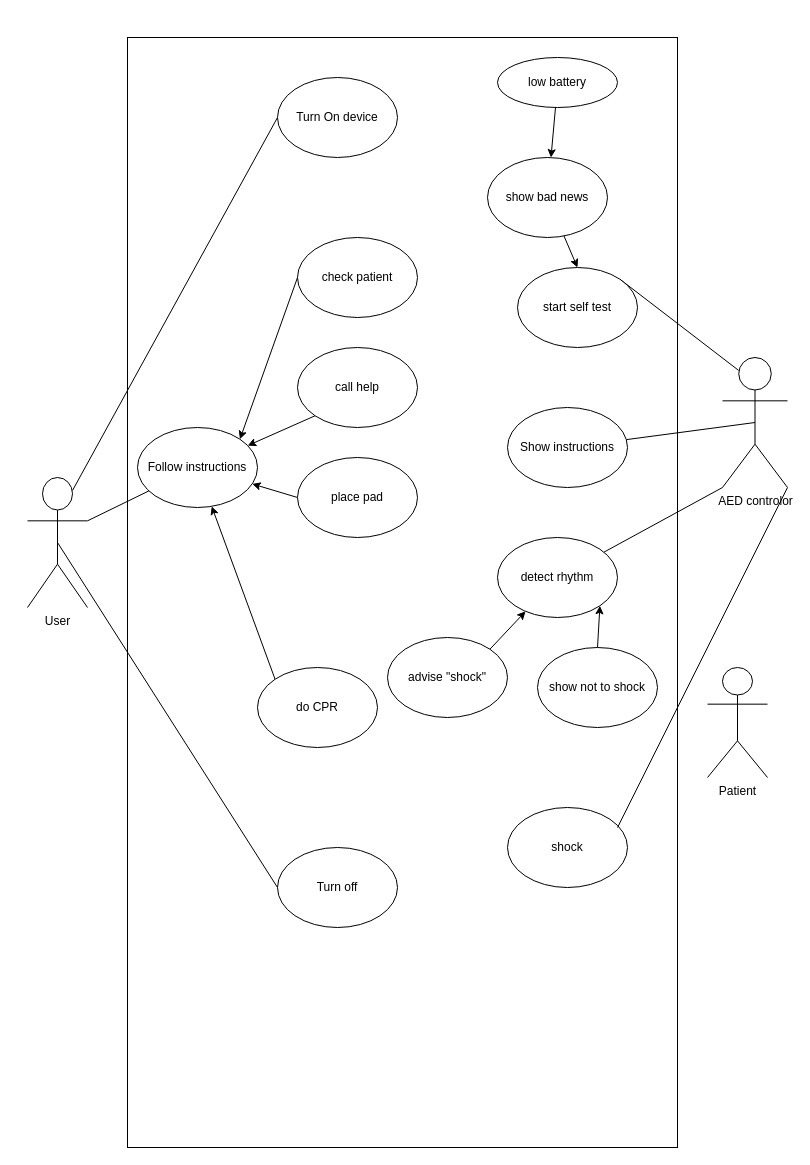
Earlier version of the draw.io diagram 未命名绘图.drawio (Parping/ff14-). Source tidied: cells renumbered, new cells numbered last; positions are measured from the earlier drawing's top-left corner, leaving out a move shared by most shapes. Both pictures are drawn from the tidied source at 100%, with x=0, y=0 at pixel (27, 37).
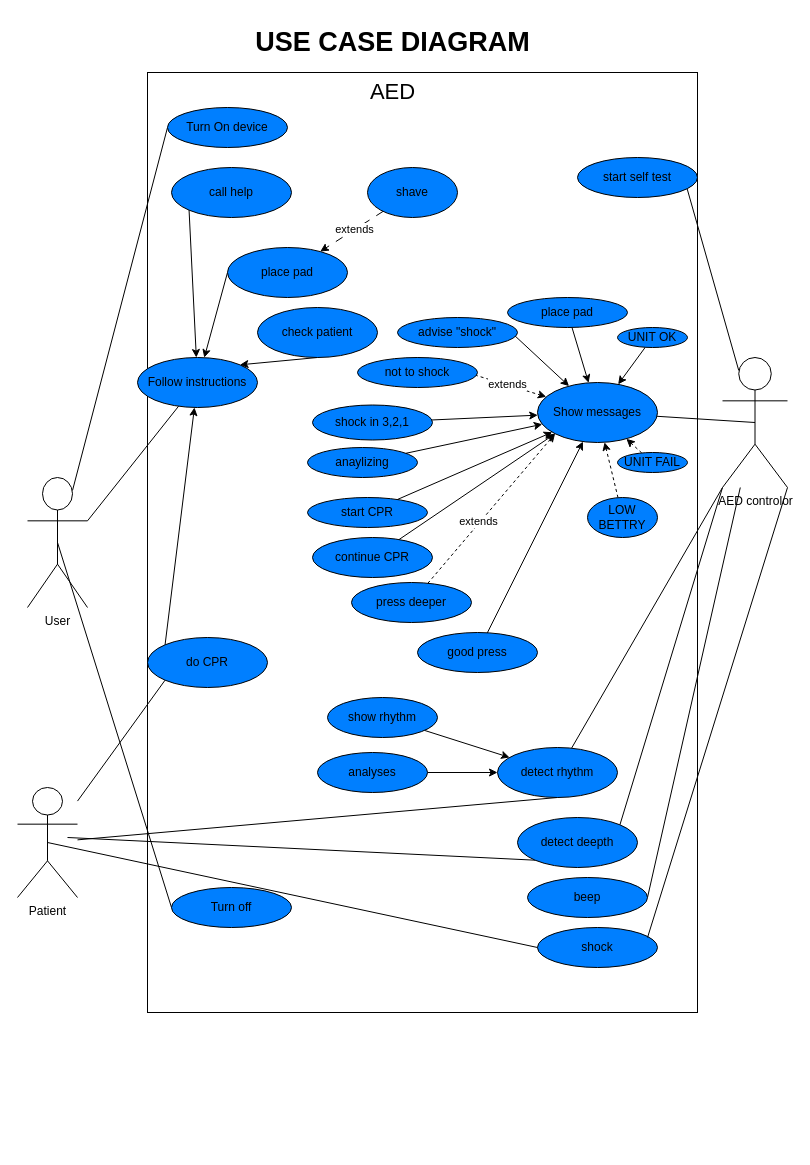
After the change.

Commit message:
更新未命名绘图.drawio

Unchanged cells that the change refers to:
```xml
<mxCell id="20" value="AED controlor" style="shape=umlActor;verticalLabelPosition=bottom;verticalAlign=top;html=1;outlineConnect=0;" parent="1" vertex="1">
  <mxGeometry x="695" y="320" width="65" height="130" as="geometry" />
</mxCell>
```

Diff of the diagram source:
```diff
@@
     <mxCell id="6" value="Patient&lt;br&gt;" style="shape=umlActor;verticalLabelPosition=bottom;verticalAlign=top;html=1;outlineConnect=0;" parent="1" vertex="1">
-      <mxGeometry x="680" y="630" width="60" height="110" as="geometry" />
+      <mxGeometry x="-10" y="750" width="60" height="110" as="geometry" />
     </mxCell>
     <mxCell id="7" style="rounded=0;whiteSpace=wrap;html=1;fillColor=none;" parent="1" vertex="1">
-      <mxGeometry x="100" width="550" height="1110" as="geometry" />
+      <mxGeometry x="120" y="35" width="550" height="940" as="geometry" />
     </mxCell>
-    <mxCell id="8" value="Turn On device" style="ellipse;whiteSpace=wrap;html=1;" parent="1" vertex="1">
-      <mxGeometry x="250" y="40" width="120" height="80" as="geometry" />
+    <mxCell id="8" value="Turn On device" style="ellipse;whiteSpace=wrap;html=1;fillColor=#007FFF;" parent="1" vertex="1">
+      <mxGeometry x="140" y="70" width="120" height="40" as="geometry" />
     </mxCell>
-    <mxCell id="9" value="Turn off" style="ellipse;whiteSpace=wrap;html=1;" parent="1" vertex="1">
-      <mxGeometry x="250" y="810" width="120" height="80" as="geometry" />
+    <mxCell id="9" value="Turn off" style="ellipse;whiteSpace=wrap;html=1;fillColor=#007FFF;" parent="1" vertex="1">
+      <mxGeometry x="144" y="850" width="120" height="40" as="geometry" />
     </mxCell>
@@
-    <mxCell id="11" value="place pad" style="ellipse;whiteSpace=wrap;html=1;" parent="1" vertex="1">
-      <mxGeometry x="270" y="420" width="120" height="80" as="geometry" />
+    <mxCell id="11" value="place pad" style="ellipse;whiteSpace=wrap;html=1;fillColor=#007FFF;" parent="1" vertex="1">
+      <mxGeometry x="200" y="210" width="120" height="50" as="geometry" />
     </mxCell>
-    <mxCell id="12" value="Follow instructions" style="ellipse;whiteSpace=wrap;html=1;" parent="1" vertex="1">
-      <mxGeometry x="110" y="390" width="120" height="80" as="geometry" />
+    <mxCell id="12" value="Follow instructions" style="ellipse;whiteSpace=wrap;html=1;fillColor=#007FFF;" parent="1" vertex="1">
+      <mxGeometry x="110" y="320" width="120" height="50" as="geometry" />
     </mxCell>
-    <mxCell id="13" style="rounded=0;jettySize=auto;html=1;exitX=0;exitY=0.5;exitDx=0;exitDy=0;entryX=1;entryY=0;entryDx=0;entryDy=0;" parent="1" edge="1" source="14" target="12">
+    <mxCell id="13" style="rounded=0;jettySize=auto;html=1;exitX=0.5;exitY=1;exitDx=0;exitDy=0;entryX=1;entryY=0;entryDx=0;entryDy=0;" parent="1" edge="1" source="14" target="12">
       <mxGeometry relative="1" as="geometry" />
     </mxCell>
-    <mxCell id="14" value="check patient" style="ellipse;whiteSpace=wrap;html=1;" parent="1" vertex="1">
-      <mxGeometry x="270" y="200" width="120" height="80" as="geometry" />
+    <mxCell id="14" value="check patient" style="ellipse;whiteSpace=wrap;html=1;fillColor=#007FFF;" parent="1" vertex="1">
+      <mxGeometry x="230" y="270" width="120" height="50" as="geometry" />
     </mxCell>
@@
-    <mxCell id="16" value="call help" style="ellipse;whiteSpace=wrap;html=1;" parent="1" vertex="1">
-      <mxGeometry x="270" y="310" width="120" height="80" as="geometry" />
+    <mxCell id="16" value="call help" style="ellipse;whiteSpace=wrap;html=1;fillColor=#007FFF;" parent="1" vertex="1">
+      <mxGeometry x="144" y="130" width="120" height="50" as="geometry" />
     </mxCell>
@@
-    <mxCell id="21" value="Show instructions" style="ellipse;whiteSpace=wrap;html=1;" parent="1" vertex="1">
-      <mxGeometry x="480" y="370" width="120" height="80" as="geometry" />
+    <mxCell id="21" value="Show messages" style="ellipse;whiteSpace=wrap;html=1;fillColor=#007FFF;" parent="1" vertex="1">
+      <mxGeometry x="510" y="345" width="120" height="60" as="geometry" />
     </mxCell>
-    <mxCell id="22" style="rounded=0;jettySize=auto;html=1;exitX=0.5;exitY=0;exitDx=0;exitDy=0;startArrow=classic;startFill=1;endArrow=none;endFill=0;" parent="1" edge="1" source="23" target="28">
-      <mxGeometry relative="1" as="geometry" />
-    </mxCell>
-    <mxCell id="23" value="start self test" style="ellipse;whiteSpace=wrap;html=1;" parent="1" vertex="1">
-      <mxGeometry x="490" y="230" width="120" height="80" as="geometry" />
+    <mxCell id="23" value="start self test" style="ellipse;whiteSpace=wrap;html=1;fillColor=#007FFF;" parent="1" vertex="1">
+      <mxGeometry x="550" y="120" width="120" height="40" as="geometry" />
     </mxCell>
@@
+    <mxCell id="36" style="rounded=0;jettySize=auto;html=1;exitX=0;exitY=1;exitDx=0;exitDy=0;endArrow=none;endFill=0;" parent="1" edge="1" source="25" target="6">
+      <mxGeometry relative="1" as="geometry" />
+    </mxCell>
-    <mxCell id="25" value="do CPR" style="ellipse;whiteSpace=wrap;html=1;" parent="1" vertex="1">
-      <mxGeometry x="230" y="630" width="120" height="80" as="geometry" />
+    <mxCell id="25" value="do CPR" style="ellipse;whiteSpace=wrap;html=1;fillColor=#007FFF;" parent="1" vertex="1">
+      <mxGeometry x="120" y="600" width="120" height="50" as="geometry" />
     </mxCell>
+    <mxCell id="37" style="rounded=0;jettySize=auto;html=1;exitX=0.5;exitY=1;exitDx=0;exitDy=0;endArrow=none;endFill=0;" parent="1" edge="1" source="26" target="6">
+      <mxGeometry relative="1" as="geometry" />
+    </mxCell>
-    <mxCell id="26" value="detect rhythm" style="ellipse;whiteSpace=wrap;html=1;" parent="1" vertex="1">
-      <mxGeometry x="470" y="500" width="120" height="80" as="geometry" />
+    <mxCell id="26" value="detect rhythm" style="ellipse;whiteSpace=wrap;html=1;fillColor=#007FFF;" parent="1" vertex="1">
+      <mxGeometry x="470" y="710" width="120" height="50" as="geometry" />
     </mxCell>
-    <mxCell id="27" value="shock" style="ellipse;whiteSpace=wrap;html=1;" parent="1" vertex="1">
-      <mxGeometry x="480" y="770" width="120" height="80" as="geometry" />
+    <mxCell id="27" value="shock" style="ellipse;whiteSpace=wrap;html=1;fillColor=#007FFF;" parent="1" vertex="1">
+      <mxGeometry x="510" y="890" width="120" height="40" as="geometry" />
     </mxCell>
-    <mxCell id="28" value="show bad news" style="ellipse;whiteSpace=wrap;html=1;" parent="1" vertex="1">
-      <mxGeometry x="460" y="120" width="120" height="80" as="geometry" />
-    </mxCell>
@@
-    <mxCell id="30" style="rounded=0;jettySize=auto;html=1;exitX=1;exitY=0;exitDx=0;exitDy=0;" parent="1" edge="1" source="31" target="26">
+    <mxCell id="30" style="rounded=0;jettySize=auto;html=1;exitX=1;exitY=0;exitDx=0;exitDy=0;" parent="1" edge="1" source="31" target="21">
       <mxGeometry relative="1" as="geometry" />
     </mxCell>
-    <mxCell id="31" value="advise &quot;shock&quot;" style="ellipse;whiteSpace=wrap;html=1;" parent="1" vertex="1">
-      <mxGeometry x="360" y="600" width="120" height="80" as="geometry" />
+    <mxCell id="31" value="advise &quot;shock&quot;" style="ellipse;whiteSpace=wrap;html=1;fillColor=#007FFF;" parent="1" vertex="1">
+      <mxGeometry x="370" y="280" width="120" height="30" as="geometry" />
     </mxCell>
-    <mxCell id="32" style="rounded=0;jettySize=auto;html=1;exitX=0.5;exitY=0;exitDx=0;exitDy=0;entryX=1;entryY=1;entryDx=0;entryDy=0;" parent="1" edge="1" source="33" target="26">
+    <mxCell id="32" style="rounded=0;jettySize=auto;html=1;exitX=0.5;exitY=0;exitDx=0;exitDy=0;dashed=1;" parent="1" edge="1" source="33" target="21">
       <mxGeometry relative="1" as="geometry" />
     </mxCell>
+    <mxCell id="38" value="extends" style="edgeLabel;html=1;align=center;verticalAlign=middle;" parent="32" vertex="1">
+      <mxGeometry x="0.38" y="1" relative="1" as="geometry" />
+    </mxCell>
-    <mxCell id="33" value="show not to shock" style="ellipse;whiteSpace=wrap;html=1;" parent="1" vertex="1">
-      <mxGeometry x="510" y="610" width="120" height="80" as="geometry" />
+    <mxCell id="33" value="not to shock" style="ellipse;whiteSpace=wrap;html=1;fillColor=#007FFF;" parent="1" vertex="1">
+      <mxGeometry x="330" y="320" width="120" height="30" as="geometry" />
     </mxCell>
-    <mxCell id="34" style="rounded=0;jettySize=auto;html=1;" parent="1" edge="1" source="35" target="28">
-      <mxGeometry relative="1" as="geometry" />
-    </mxCell>
-    <mxCell id="35" value="low battery" style="ellipse;whiteSpace=wrap;html=1;" parent="1" vertex="1">
-      <mxGeometry x="470" y="20" width="120" height="50" as="geometry" />
-    </mxCell>
+    <mxCell id="39" style="rounded=0;jettySize=auto;html=1;exitX=0;exitY=0.5;exitDx=0;exitDy=0;entryX=0.5;entryY=0.5;entryDx=0;entryDy=0;entryPerimeter=0;endArrow=none;endFill=0;" parent="1" edge="1" source="27" target="6">
+      <mxGeometry relative="1" as="geometry" />
+    </mxCell>
+    <mxCell id="40" style="rounded=0;jettySize=auto;html=1;exitX=1;exitY=0;exitDx=0;exitDy=0;entryX=0;entryY=1;entryDx=0;entryDy=0;entryPerimeter=0;endArrow=none;endFill=0;" parent="1" edge="1" source="42" target="20">
+      <mxGeometry relative="1" as="geometry" />
+    </mxCell>
+    <mxCell id="41" style="rounded=0;jettySize=auto;html=1;exitX=0;exitY=1;exitDx=0;exitDy=0;endArrow=none;endFill=0;" parent="1" edge="1" source="42">
+      <mxGeometry relative="1" as="geometry">
+        <mxPoint x="40" y="800" as="targetPoint" />
+      </mxGeometry>
+    </mxCell>
+    <mxCell id="42" value="detect deepth" style="ellipse;whiteSpace=wrap;html=1;fillColor=#007FFF;" parent="1" vertex="1">
+      <mxGeometry x="490" y="780" width="120" height="50" as="geometry" />
+    </mxCell>
+    <mxCell id="43" style="rounded=0;jettySize=auto;html=1;exitX=1;exitY=0.5;exitDx=0;exitDy=0;endArrow=none;endFill=0;" parent="1" edge="1" source="44" target="20">
+      <mxGeometry relative="1" as="geometry" />
+    </mxCell>
+    <mxCell id="44" value="beep" style="ellipse;whiteSpace=wrap;html=1;fillColor=#007FFF;" parent="1" vertex="1">
+      <mxGeometry x="500" y="840" width="120" height="40" as="geometry" />
+    </mxCell>
+    <mxCell id="45" value="analyses" style="ellipse;whiteSpace=wrap;html=1;fillColor=#007FFF;" parent="1" vertex="1">
+      <mxGeometry x="290" y="715" width="110" height="40" as="geometry" />
+    </mxCell>
+    <mxCell id="46" style="rounded=0;jettySize=auto;html=1;" parent="1" edge="1" source="45" target="26">
+      <mxGeometry relative="1" as="geometry" />
+    </mxCell>
+    <mxCell id="47" style="rounded=0;jettySize=auto;html=1;" parent="1" edge="1" source="48" target="21">
+      <mxGeometry relative="1" as="geometry" />
+    </mxCell>
+    <mxCell id="48" value="start CPR" style="ellipse;whiteSpace=wrap;html=1;fillColor=#007FFF;" parent="1" vertex="1">
+      <mxGeometry x="280" y="460" width="120" height="30" as="geometry" />
+    </mxCell>
+    <mxCell id="49" style="rounded=0;jettySize=auto;html=1;entryX=0;entryY=1;entryDx=0;entryDy=0;" parent="1" edge="1" source="50" target="21">
+      <mxGeometry relative="1" as="geometry" />
+    </mxCell>
+    <mxCell id="50" value="continue CPR" style="ellipse;whiteSpace=wrap;html=1;fillColor=#007FFF;" parent="1" vertex="1">
+      <mxGeometry x="285" y="500" width="120" height="40" as="geometry" />
+    </mxCell>
+    <mxCell id="51" style="rounded=0;jettySize=auto;html=1;entryX=0;entryY=1;entryDx=0;entryDy=0;dashed=1;" parent="1" edge="1" source="53" target="21">
+      <mxGeometry relative="1" as="geometry" />
+    </mxCell>
+    <mxCell id="52" value="extends" style="edgeLabel;html=1;align=center;verticalAlign=middle;" parent="51" vertex="1">
+      <mxGeometry x="-0.18" y="2" relative="1" as="geometry" />
+    </mxCell>
+    <mxCell id="53" value="press deeper" style="ellipse;whiteSpace=wrap;html=1;fillColor=#007FFF;" parent="1" vertex="1">
+      <mxGeometry x="324" y="545" width="120" height="40" as="geometry" />
+    </mxCell>
+    <mxCell id="54" style="rounded=0;jettySize=auto;html=1;" parent="1" edge="1" source="55" target="21">
+      <mxGeometry relative="1" as="geometry" />
+    </mxCell>
+    <mxCell id="55" value="good press" style="ellipse;whiteSpace=wrap;html=1;fillColor=#007FFF;" parent="1" vertex="1">
+      <mxGeometry x="390" y="595" width="120" height="40" as="geometry" />
+    </mxCell>
+    <mxCell id="56" value="&lt;font style=&quot;font-size: 22px;&quot;&gt;AED&lt;/font&gt;" style="text;html=1;align=center;verticalAlign=middle;strokeColor=none;fillColor=none;" parent="1" vertex="1">
+      <mxGeometry x="330" y="35" width="70" height="40" as="geometry" />
+    </mxCell>
+    <mxCell id="57" style="rounded=0;jettySize=auto;html=1;" parent="1" edge="1" source="58" target="26">
+      <mxGeometry relative="1" as="geometry" />
+    </mxCell>
+    <mxCell id="58" value="show rhythm" style="ellipse;whiteSpace=wrap;html=1;fillColor=#007FFF;" parent="1" vertex="1">
+      <mxGeometry x="300" y="660" width="110" height="40" as="geometry" />
+    </mxCell>
+    <mxCell id="59" style="rounded=0;jettySize=auto;html=1;" parent="1" edge="1" source="60" target="21">
+      <mxGeometry relative="1" as="geometry" />
+    </mxCell>
+    <mxCell id="60" value="shock in 3,2,1" style="ellipse;whiteSpace=wrap;html=1;fillColor=#007FFF;" parent="1" vertex="1">
+      <mxGeometry x="285" y="367.5" width="120" height="35" as="geometry" />
+    </mxCell>
+    <mxCell id="61" style="rounded=0;jettySize=auto;html=1;" parent="1" edge="1" source="62" target="21">
+      <mxGeometry relative="1" as="geometry" />
+    </mxCell>
+    <mxCell id="62" value="anaylizing" style="ellipse;whiteSpace=wrap;html=1;fillColor=#007FFF;" parent="1" vertex="1">
+      <mxGeometry x="280" y="410" width="110" height="30" as="geometry" />
+    </mxCell>
+    <mxCell id="63" style="rounded=0;jettySize=auto;html=1;" parent="1" edge="1" source="64" target="21">
+      <mxGeometry relative="1" as="geometry" />
+    </mxCell>
+    <mxCell id="64" value="place pad" style="ellipse;whiteSpace=wrap;html=1;fillColor=#007FFF;" parent="1" vertex="1">
+      <mxGeometry x="480" y="260" width="120" height="30" as="geometry" />
+    </mxCell>
+    <mxCell id="65" style="rounded=0;jettySize=auto;html=1;dashed=1;dashPattern=8 8;" parent="1" edge="1" source="67" target="11">
+      <mxGeometry relative="1" as="geometry" />
+    </mxCell>
+    <mxCell id="66" value="extends" style="edgeLabel;html=1;align=center;verticalAlign=middle;" parent="65" vertex="1">
+      <mxGeometry x="-0.1" y="-1" relative="1" as="geometry" />
+    </mxCell>
+    <mxCell id="67" value="shave" style="ellipse;whiteSpace=wrap;html=1;fillColor=#007FFF;" parent="1" vertex="1">
+      <mxGeometry x="340" y="130" width="90" height="50" as="geometry" />
+    </mxCell>
+    <mxCell id="68" style="rounded=0;jettySize=auto;html=1;" parent="1" edge="1" source="69" target="21">
+      <mxGeometry relative="1" as="geometry" />
+    </mxCell>
+    <mxCell id="69" value="UNIT OK" style="ellipse;whiteSpace=wrap;html=1;fillColor=#007FFF;" parent="1" vertex="1">
+      <mxGeometry x="590" y="290" width="70" height="20" as="geometry" />
+    </mxCell>
+    <mxCell id="70" style="rounded=0;jettySize=auto;html=1;dashed=1;" parent="1" edge="1" source="71" target="21">
+      <mxGeometry relative="1" as="geometry" />
+    </mxCell>
+    <mxCell id="71" value="UNIT FAIL" style="ellipse;whiteSpace=wrap;html=1;fillColor=#007FFF;" parent="1" vertex="1">
+      <mxGeometry x="590" y="415" width="70" height="20" as="geometry" />
+    </mxCell>
+    <mxCell id="72" style="rounded=0;jettySize=auto;html=1;dashed=1;" parent="1" edge="1" source="73" target="21">
+      <mxGeometry relative="1" as="geometry" />
+    </mxCell>
+    <mxCell id="73" value="LOW BETTRY" style="ellipse;whiteSpace=wrap;html=1;fillColor=#007FFF;" parent="1" vertex="1">
+      <mxGeometry x="560" y="460" width="70" height="40" as="geometry" />
+    </mxCell>
+    <mxCell id="74" value="&lt;font style=&quot;font-size: 27px;&quot;&gt;&lt;b&gt;USE CASE DIAGRAM&lt;/b&gt;&lt;/font&gt;" style="text;html=1;align=center;verticalAlign=middle;strokeColor=none;fillColor=none;" parent="1" vertex="1">
+      <mxGeometry x="215" y="-20" width="300" height="50" as="geometry" />
+    </mxCell>
```
